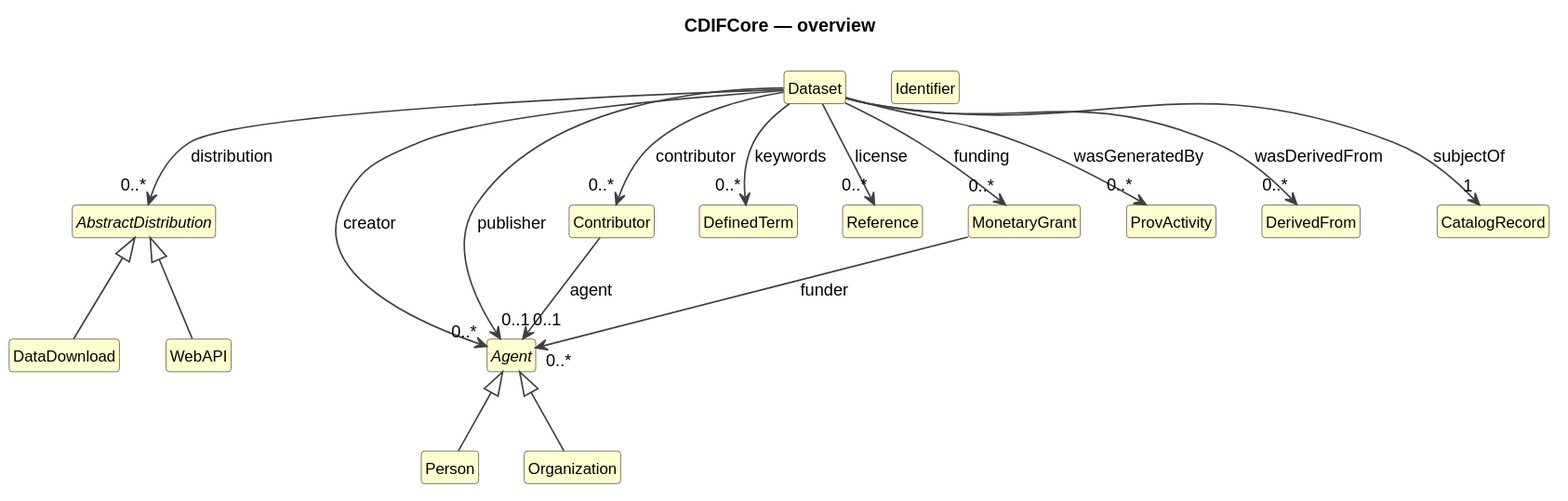
Earlier version of the PlantUML export build/plantuml/cdifCore/index.svg (Cross-Domain-Interoperability-Framework/metadataBuildingBlocks).
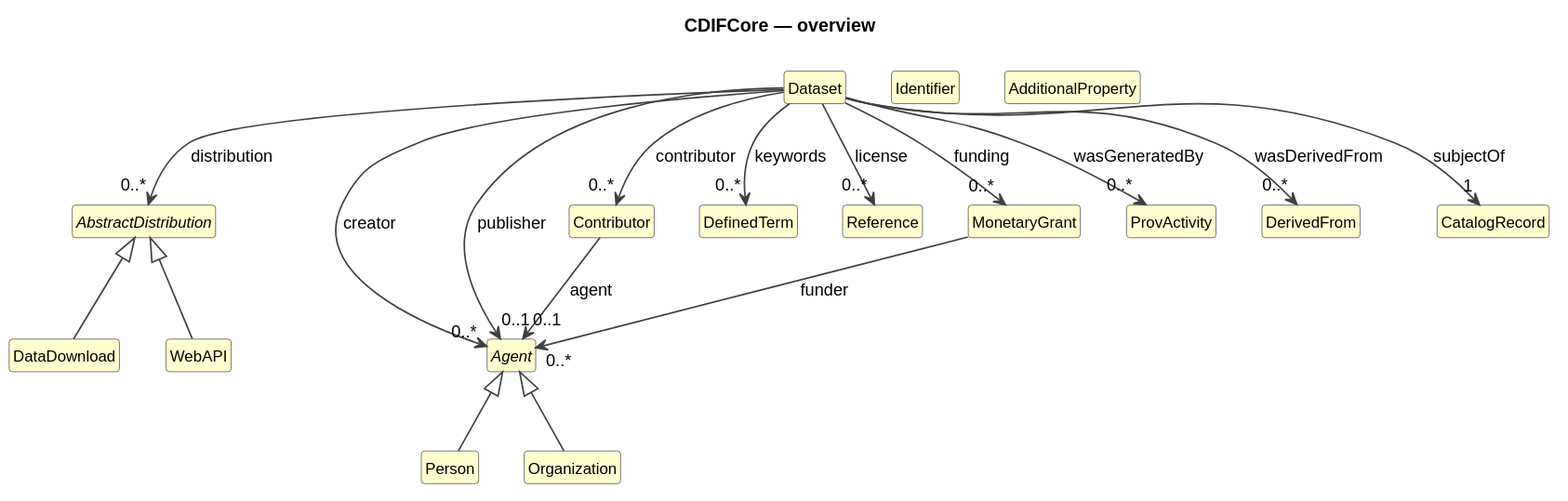
After the commit.

What changed in the source:
```diff
@@ -20,6 +20,7 @@
 class "Contributor" as Contributor #FEFECE
 class "DefinedTerm" as DefinedTerm #FEFECE
 class "Identifier" as Identifier #FEFECE
+class "AdditionalProperty" as AdditionalProperty #FEFECE
 class "Reference" as Reference #FEFECE
 class "MonetaryGrant" as MonetaryGrant #FEFECE
 class "ProvActivity" as ProvActivity #FEFECE
```
